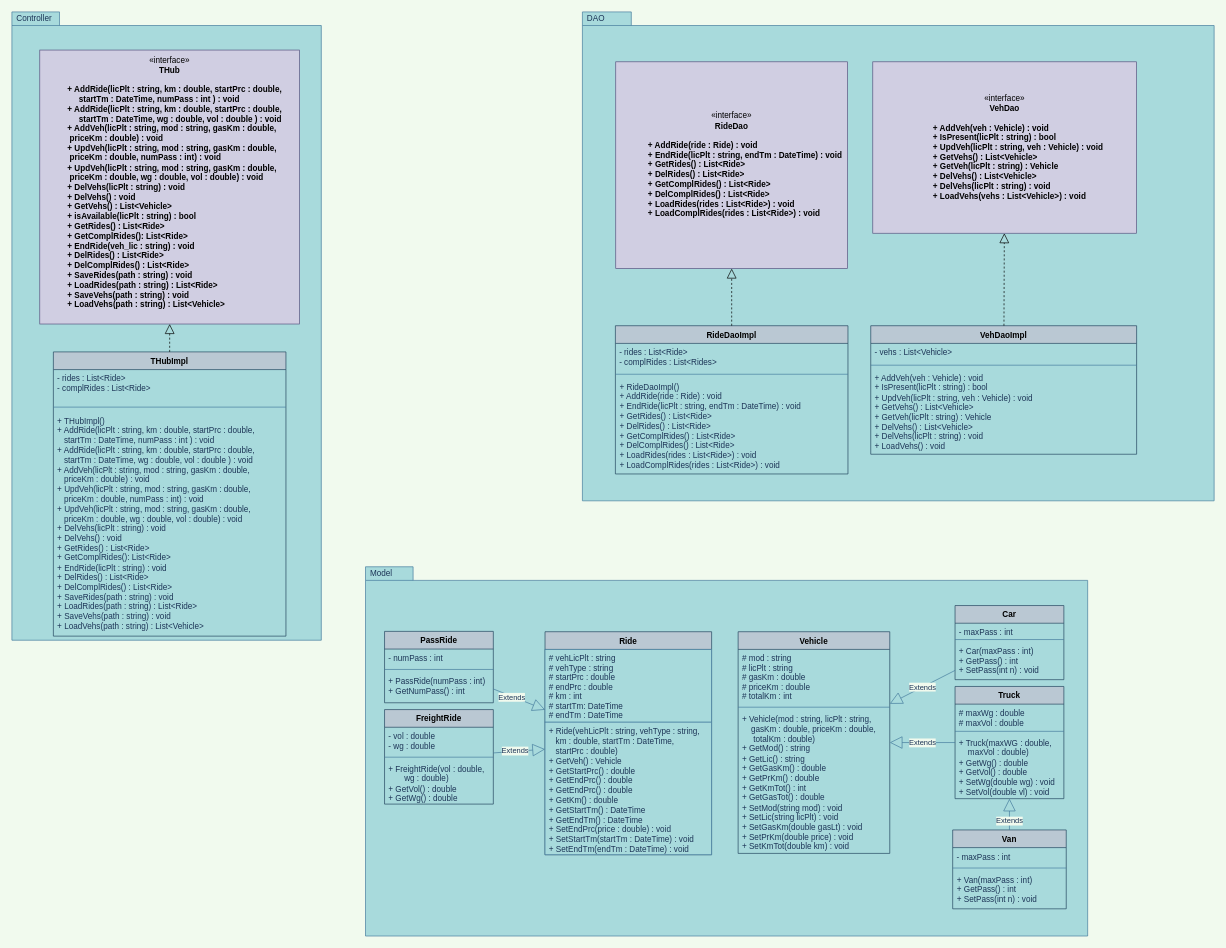
Above: UML_Diagram.drawio in fede-palazz/T_HUB (draw.io), before the change. Source tidied: cells renumbered, new cells numbered last; positions are measured from the earlier drawing's top-left corner, leaving out a move shared by most shapes. Both pictures are drawn from the tidied source at 68%, with x=0, y=0 at pixel (12, 12).
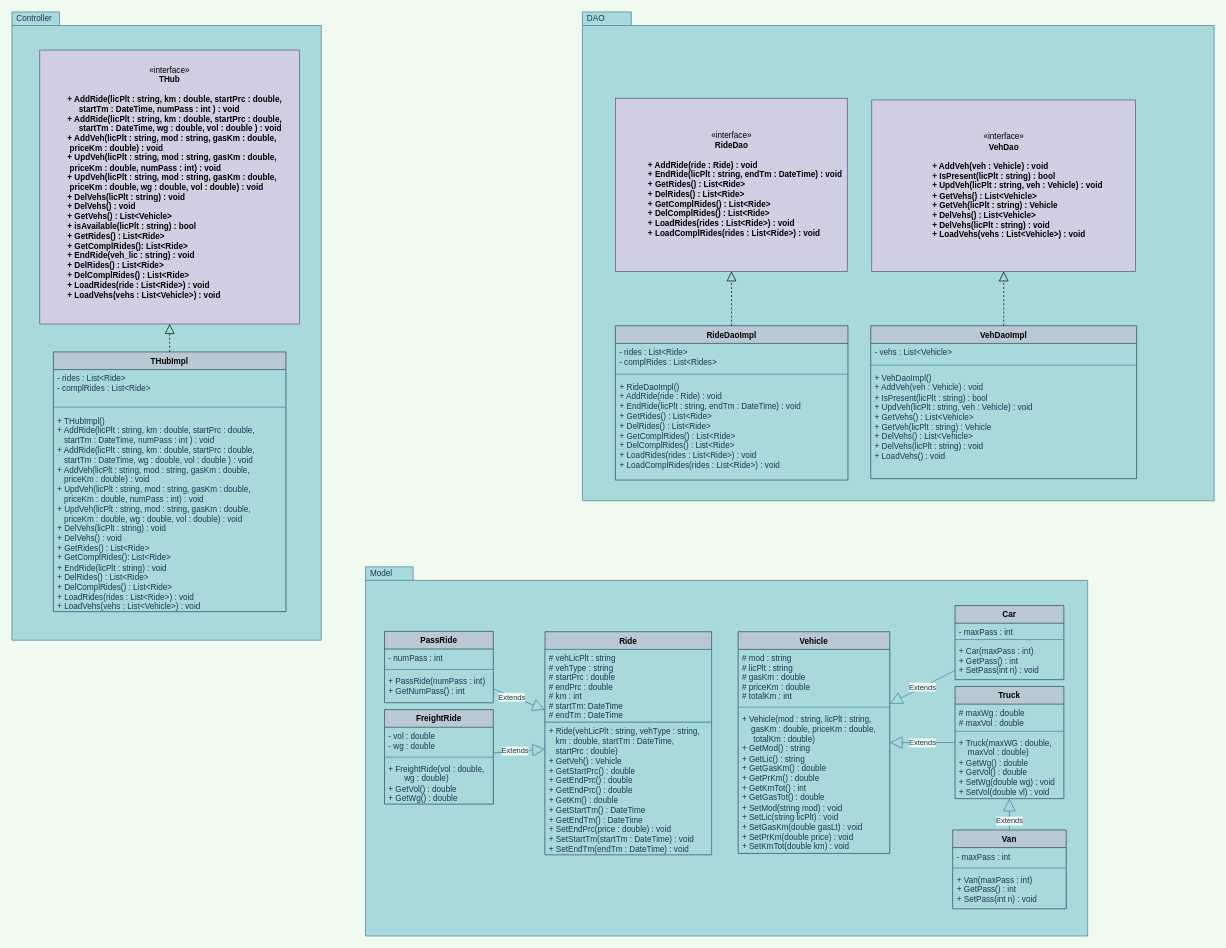
After the change.

The change refers to these unchanged cells:
```xml
<mxCell id="2" style="group;" parent="1" vertex="1">
  <mxGeometry x="839" width="929" height="759" as="geometry" />
</mxCell>
<mxCell id="51" style="group;" parent="1" vertex="1">
  <mxGeometry width="455" height="924" as="geometry" />
</mxCell>
```

Diff of the diagram source:
```diff
@@
     <mxCell id="4" value="«interface»&lt;br&gt;&lt;b&gt;RideDao&lt;/b&gt;&lt;br&gt;&lt;div&gt;&lt;b&gt;&lt;br&gt;&lt;/b&gt;&lt;/div&gt;&lt;blockquote style=&quot;margin: 0 0 0 40px ; border: none ; padding: 0px&quot;&gt;&lt;b&gt;&lt;div style=&quot;text-align: left&quot;&gt;&lt;b&gt;+ AddRide(ride : Ride) : void&lt;/b&gt;&lt;/div&gt;&lt;/b&gt;&lt;b&gt;&lt;div style=&quot;text-align: left&quot;&gt;&lt;b&gt;+ EndRide(licPlt : string, endTm : DateTime) : void&lt;/b&gt;&lt;/div&gt;&lt;/b&gt;&lt;b&gt;&lt;div style=&quot;text-align: left&quot;&gt;&lt;b&gt;+ GetRides() : List&amp;lt;Ride&amp;gt;&lt;/b&gt;&lt;/div&gt;&lt;div style=&quot;text-align: left&quot;&gt;&lt;b&gt;+ DelRides() : List&amp;lt;Ride&amp;gt;&lt;/b&gt;&lt;/div&gt;&lt;/b&gt;&lt;b&gt;&lt;div style=&quot;text-align: left&quot;&gt;&lt;b&gt;+ GetComplRides() : List&amp;lt;Ride&amp;gt;&lt;/b&gt;&lt;/div&gt;&lt;/b&gt;&lt;b&gt;&lt;div style=&quot;text-align: left&quot;&gt;&lt;b&gt;+ DelComplRides() : List&amp;lt;Ride&amp;gt;&lt;/b&gt;&lt;/div&gt;&lt;/b&gt;&lt;b&gt;&lt;div style=&quot;text-align: left&quot;&gt;&lt;b&gt;+ LoadRides(rides : List&amp;lt;Ride&amp;gt;) : void&lt;/b&gt;&lt;/div&gt;&lt;div style=&quot;text-align: left&quot;&gt;&lt;b&gt;+ LoadComplRides(rides : List&amp;lt;Ride&amp;gt;) : void&lt;/b&gt;&lt;/div&gt;&lt;/b&gt;&lt;/blockquote&gt;" style="html=1;fillColor=#d0cee2;strokeColor=#56517e;whiteSpace=wrap;align=center;" parent="2" vertex="1">
-      <mxGeometry x="49" y="73.4" width="341" height="304.1" as="geometry" />
+      <mxGeometry x="48.5" y="127" width="341" height="254.6" as="geometry" />
     </mxCell>
     <mxCell id="5" value="«interface»&lt;br&gt;&lt;b&gt;VehDao&lt;br&gt;&lt;br&gt;&lt;/b&gt;&lt;blockquote style=&quot;margin: 0 0 0 40px ; border: none ; padding: 0px&quot;&gt;&lt;b&gt;&lt;div style=&quot;text-align: left&quot;&gt;&lt;b&gt;+ AddVeh(veh : Vehicle) : void&lt;/b&gt;&lt;/div&gt;&lt;div style=&quot;text-align: left&quot;&gt;&lt;b&gt;+ IsPresent(licPlt : string) : bool&lt;/b&gt;&lt;/div&gt;&lt;/b&gt;&lt;b&gt;&lt;div style=&quot;text-align: left&quot;&gt;&lt;b&gt;+ UpdVeh(licPlt : string, veh : Vehicle) : void&lt;/b&gt;&lt;/div&gt;&lt;/b&gt;&lt;b&gt;&lt;div style=&quot;text-align: left&quot;&gt;&lt;b&gt;+ GetVehs() : List&amp;lt;Vehicle&amp;gt;&lt;/b&gt;&lt;/div&gt;&lt;div style=&quot;text-align: left&quot;&gt;&lt;b&gt;+ GetVeh(licPlt : string) : Vehicle&lt;/b&gt;&lt;/div&gt;&lt;div style=&quot;text-align: left&quot;&gt;&lt;b&gt;+ DelVehs() : List&amp;lt;Vehicle&amp;gt;&lt;/b&gt;&lt;/div&gt;&lt;div style=&quot;text-align: left&quot;&gt;&lt;b&gt;+ DelVehs(licPlt : string) : void&lt;/b&gt;&lt;/div&gt;&lt;/b&gt;&lt;b&gt;&lt;div style=&quot;text-align: left&quot;&gt;&lt;b&gt;+ LoadVehs(vehs : List&amp;lt;Vehicle&amp;gt;) : void&lt;/b&gt;&lt;/div&gt;&lt;/b&gt;&lt;/blockquote&gt;" style="html=1;fillColor=#d0cee2;strokeColor=#56517e;whiteSpace=wrap;" parent="2" vertex="1">
-      <mxGeometry x="427" y="73.4" width="388" height="252.1" as="geometry" />
+      <mxGeometry x="425.5" y="129.5" width="388" height="252.1" as="geometry" />
     </mxCell>
     <mxCell id="6" value="RideDaoImpl" style="swimlane;fontStyle=1;align=center;verticalAlign=top;horizontal=1;startSize=26;fillColor=#bac8d3;strokeColor=#23445d;" parent="2" vertex="1">
-      <mxGeometry x="48.5" y="461.5" width="342" height="218" as="geometry" />
+      <mxGeometry x="48.5" y="461.5" width="342" height="227" as="geometry" />
     </mxCell>
@@
     <mxCell id="9" value="+ RideDaoImpl()&#10;+ AddRide(ride : Ride) : void&#10;+ EndRide(licPlt : string, endTm : DateTime) : void&#10;+ GetRides() : List&lt;Ride&gt;&#10;+ DelRides() : List&lt;Ride&gt;&#10;+ GetComplRides() : List&lt;Ride&gt;&#10;+ DelComplRides() : List&lt;Ride&gt;&#10;+ LoadRides(rides : List&lt;Ride&gt;) : void&#10;+ LoadComplRides(rides : List&lt;Ride&gt;) : void" style="text;strokeColor=none;fillColor=none;align=left;verticalAlign=top;spacingLeft=4;spacingRight=4;overflow=hidden;fontColor=#1D3557;whiteSpace=wrap;" parent="6" vertex="1">
-      <mxGeometry y="76.7" width="342" height="141.3" as="geometry" />
+      <mxGeometry y="76.7" width="342" height="150.3" as="geometry" />
     </mxCell>
     <mxCell id="10" value="VehDaoImpl" style="swimlane;fontStyle=1;align=center;verticalAlign=top;horizontal=1;startSize=26;fillColor=#bac8d3;strokeColor=#23445d;" parent="2" vertex="1">
-      <mxGeometry x="424" y="461.5" width="391" height="189" as="geometry" />
+      <mxGeometry x="424" y="461.5" width="391" height="225" as="geometry" />
     </mxCell>
@@
-    <mxCell id="13" value="+ AddVeh(veh : Vehicle) : void&lt;br&gt;+ IsPresent(licPlt : string) : bool&lt;br&gt;+ UpdVeh(licPlt : string, veh : Vehicle) : void&lt;br&gt;+ GetVehs() : List&amp;lt;Vehicle&amp;gt;&lt;br&gt;+ GetVeh(licPlt : string) : Vehicle&lt;br&gt;+ DelVehs() : List&amp;lt;Vehicle&amp;gt;&lt;br&gt;+ DelVehs(licPlt : string) : void&lt;br&gt;+ LoadVehs() : void&amp;nbsp;" style="text;strokeColor=none;fillColor=none;align=left;verticalAlign=top;spacingLeft=4;spacingRight=4;overflow=hidden;fontColor=#1D3557;whiteSpace=wrap;html=1;" parent="10" vertex="1">
-      <mxGeometry y="63.3" width="391" height="125.7" as="geometry" />
+    <mxCell id="13" value="+ VehDaoImpl()&lt;br&gt;+ AddVeh(veh : Vehicle) : void&lt;br&gt;+ IsPresent(licPlt : string) : bool&lt;br&gt;+ UpdVeh(licPlt : string, veh : Vehicle) : void&lt;br&gt;+ GetVehs() : List&amp;lt;Vehicle&amp;gt;&lt;br&gt;+ GetVeh(licPlt : string) : Vehicle&lt;br&gt;+ DelVehs() : List&amp;lt;Vehicle&amp;gt;&lt;br&gt;+ DelVehs(licPlt : string) : void&lt;br&gt;+ LoadVehs() : void&amp;nbsp;" style="text;strokeColor=none;fillColor=none;align=left;verticalAlign=top;spacingLeft=4;spacingRight=4;overflow=hidden;fontColor=#1D3557;whiteSpace=wrap;html=1;" parent="10" vertex="1">
+      <mxGeometry y="63.3" width="391" height="161.7" as="geometry" />
     </mxCell>
@@
-    <mxCell id="53" value="«interface»&lt;br&gt;&lt;b&gt;THub&lt;/b&gt;&lt;br&gt;&lt;div&gt;&lt;b&gt;&lt;br&gt;&lt;/b&gt;&lt;/div&gt;&lt;blockquote style=&quot;margin: 0 0 0 40px ; border: none ; padding: 0px&quot;&gt;&lt;b&gt;&lt;div style=&quot;text-align: left&quot;&gt;&lt;b&gt;+ AddRide(licPlt : string, km : double, startPrc : double,&amp;nbsp; &amp;nbsp; &amp;nbsp; &amp;nbsp; &amp;nbsp; &amp;nbsp; &amp;nbsp;startTm : DateTime, numPass : int ) : void&lt;/b&gt;&lt;/div&gt;&lt;/b&gt;&lt;b&gt;&lt;div style=&quot;text-align: left&quot;&gt;&lt;b&gt;+ AddRide(licPlt : string, km : double, startPrc : double,&amp;nbsp; &amp;nbsp; &amp;nbsp; &amp;nbsp; &amp;nbsp; &amp;nbsp; &amp;nbsp;startTm : DateTime, wg : double, vol : double ) : void&lt;/b&gt;&lt;/div&gt;&lt;div style=&quot;text-align: left&quot;&gt;&lt;b&gt;+ AddVeh(licPlt : string, mod : string, gasKm : double,&amp;nbsp; &amp;nbsp; &amp;nbsp; &amp;nbsp; &amp;nbsp; &amp;nbsp;priceKm : double) : void&lt;/b&gt;&lt;/div&gt;&lt;div style=&quot;text-align: left&quot;&gt;&lt;b&gt;+ UpdVeh(licPlt : string, mod : string, gasKm : double,&amp;nbsp; &amp;nbsp; &amp;nbsp; &amp;nbsp; &amp;nbsp; &amp;nbsp;priceKm : double, numPass : int) : void&lt;/b&gt;&lt;/div&gt;&lt;div style=&quot;text-align: left&quot;&gt;&lt;b&gt;+ UpdVeh(licPlt : string, mod : string, gasKm : double,&amp;nbsp; &amp;nbsp; &amp;nbsp; &amp;nbsp; &amp;nbsp; &amp;nbsp;priceKm : double, wg : double, vol : double) : void&lt;/b&gt;&lt;b&gt;&lt;br&gt;&lt;/b&gt;&lt;/div&gt;&lt;div style=&quot;text-align: left&quot;&gt;&lt;b&gt;+ DelVehs(licPlt : string) : void&lt;/b&gt;&lt;/div&gt;&lt;div style=&quot;text-align: left&quot;&gt;&lt;b&gt;+ DelVehs() : void&lt;/b&gt;&lt;/div&gt;&lt;div style=&quot;text-align: left&quot;&gt;&lt;b&gt;+ GetVehs() : List&amp;lt;Vehicle&amp;gt;&lt;/b&gt;&lt;/div&gt;&lt;div style=&quot;text-align: left&quot;&gt;&lt;b&gt;+ isAvailable(licPlt : string) : bool&lt;/b&gt;&lt;/div&gt;&lt;div style=&quot;text-align: left&quot;&gt;&lt;b&gt;+ GetRides() : List&amp;lt;Ride&amp;gt;&lt;/b&gt;&lt;/div&gt;&lt;div style=&quot;text-align: left&quot;&gt;&lt;b&gt;+ GetComplRides(): List&amp;lt;Ride&amp;gt;&lt;/b&gt;&lt;/div&gt;&lt;div style=&quot;text-align: left&quot;&gt;&lt;b&gt;+ EndRide(veh_lic : string) : void&lt;/b&gt;&lt;/div&gt;&lt;div style=&quot;text-align: left&quot;&gt;&lt;b&gt;+ DelRides() : List&amp;lt;Ride&amp;gt;&lt;/b&gt;&lt;/div&gt;&lt;div style=&quot;text-align: left&quot;&gt;&lt;b&gt;+ DelComplRides() : List&amp;lt;Ride&amp;gt;&lt;/b&gt;&lt;/div&gt;&lt;div style=&quot;text-align: left&quot;&gt;&lt;b&gt;+ SaveRides(path : string) : void&lt;/b&gt;&lt;/div&gt;&lt;div style=&quot;text-align: left&quot;&gt;&lt;b&gt;+ LoadRides(path : string) : List&amp;lt;Ride&amp;gt;&lt;/b&gt;&lt;/div&gt;&lt;div style=&quot;text-align: left&quot;&gt;&lt;b&gt;+ SaveVehs(path : string) : void&lt;/b&gt;&lt;/div&gt;&lt;div style=&quot;text-align: left&quot;&gt;&lt;b&gt;+ LoadVehs(path : string) : List&amp;lt;Vehicle&amp;gt;&lt;/b&gt;&lt;/div&gt;&lt;/b&gt;&lt;/blockquote&gt;&lt;b&gt;&lt;div style=&quot;text-align: left&quot;&gt;&lt;br&gt;&lt;/div&gt;&lt;/b&gt;" style="html=1;fillColor=#d0cee2;strokeColor=#56517e;whiteSpace=wrap;align=center;" parent="51" vertex="1">
+    <mxCell id="53" value="«interface»&lt;br&gt;&lt;b&gt;THub&lt;/b&gt;&lt;br&gt;&lt;div&gt;&lt;b&gt;&lt;br&gt;&lt;/b&gt;&lt;/div&gt;&lt;blockquote style=&quot;margin: 0 0 0 40px ; border: none ; padding: 0px&quot;&gt;&lt;b&gt;&lt;div style=&quot;text-align: left&quot;&gt;&lt;b&gt;+ AddRide(licPlt : string, km : double, startPrc : double,&amp;nbsp; &amp;nbsp; &amp;nbsp; &amp;nbsp; &amp;nbsp; &amp;nbsp; &amp;nbsp;startTm : DateTime, numPass : int ) : void&lt;/b&gt;&lt;/div&gt;&lt;/b&gt;&lt;b&gt;&lt;div style=&quot;text-align: left&quot;&gt;&lt;b&gt;+ AddRide(licPlt : string, km : double, startPrc : double,&amp;nbsp; &amp;nbsp; &amp;nbsp; &amp;nbsp; &amp;nbsp; &amp;nbsp; &amp;nbsp;startTm : DateTime, wg : double, vol : double ) : void&lt;/b&gt;&lt;/div&gt;&lt;div style=&quot;text-align: left&quot;&gt;&lt;b&gt;+ AddVeh(licPlt : string, mod : string, gasKm : double,&amp;nbsp; &amp;nbsp; &amp;nbsp; &amp;nbsp; &amp;nbsp; &amp;nbsp;priceKm : double) : void&lt;/b&gt;&lt;/div&gt;&lt;div style=&quot;text-align: left&quot;&gt;&lt;b&gt;+ UpdVeh(licPlt : string, mod : string, gasKm : double,&amp;nbsp; &amp;nbsp; &amp;nbsp; &amp;nbsp; &amp;nbsp; &amp;nbsp;priceKm : double, numPass : int) : void&lt;/b&gt;&lt;/div&gt;&lt;div style=&quot;text-align: left&quot;&gt;&lt;b&gt;+ UpdVeh(licPlt : string, mod : string, gasKm : double,&amp;nbsp; &amp;nbsp; &amp;nbsp; &amp;nbsp; &amp;nbsp; &amp;nbsp;priceKm : double, wg : double, vol : double) : void&lt;/b&gt;&lt;b&gt;&lt;br&gt;&lt;/b&gt;&lt;/div&gt;&lt;div style=&quot;text-align: left&quot;&gt;&lt;b&gt;+ DelVehs(licPlt : string) : void&lt;/b&gt;&lt;/div&gt;&lt;div style=&quot;text-align: left&quot;&gt;&lt;b&gt;+ DelVehs() : void&lt;/b&gt;&lt;/div&gt;&lt;div style=&quot;text-align: left&quot;&gt;&lt;b&gt;+ GetVehs() : List&amp;lt;Vehicle&amp;gt;&lt;/b&gt;&lt;/div&gt;&lt;div style=&quot;text-align: left&quot;&gt;&lt;b&gt;+ isAvailable(licPlt : string) : bool&lt;/b&gt;&lt;/div&gt;&lt;div style=&quot;text-align: left&quot;&gt;&lt;b&gt;+ GetRides() : List&amp;lt;Ride&amp;gt;&lt;/b&gt;&lt;/div&gt;&lt;div style=&quot;text-align: left&quot;&gt;&lt;b&gt;+ GetComplRides(): List&amp;lt;Ride&amp;gt;&lt;/b&gt;&lt;/div&gt;&lt;div style=&quot;text-align: left&quot;&gt;&lt;b&gt;+ EndRide(veh_lic : string) : void&lt;/b&gt;&lt;/div&gt;&lt;div style=&quot;text-align: left&quot;&gt;&lt;b&gt;+ DelRides() : List&amp;lt;Ride&amp;gt;&lt;/b&gt;&lt;/div&gt;&lt;div style=&quot;text-align: left&quot;&gt;&lt;b&gt;+ DelComplRides() : List&amp;lt;Ride&amp;gt;&lt;/b&gt;&lt;/div&gt;&lt;div style=&quot;text-align: left&quot;&gt;&lt;b&gt;+ LoadRides(ride : List&amp;lt;Ride&amp;gt;) : void&lt;/b&gt;&lt;/div&gt;&lt;div style=&quot;text-align: left&quot;&gt;&lt;b&gt;+ LoadVehs(vehs : List&amp;lt;Vehicle&amp;gt;) : void&lt;/b&gt;&lt;/div&gt;&lt;/b&gt;&lt;/blockquote&gt;&lt;b&gt;&lt;div style=&quot;text-align: left&quot;&gt;&lt;br&gt;&lt;/div&gt;&lt;/b&gt;" style="html=1;fillColor=#d0cee2;strokeColor=#56517e;whiteSpace=wrap;align=center;" parent="51" vertex="1">
       <mxGeometry x="41" y="56.1" width="382" height="402.9" as="geometry" />
     </mxCell>
     <mxCell id="54" value="THubImpl" style="swimlane;fontStyle=1;align=center;verticalAlign=top;horizontal=1;startSize=26;fillColor=#bac8d3;strokeColor=#23445d;" parent="51" vertex="1">
-      <mxGeometry x="61" y="500" width="342" height="418" as="geometry" />
+      <mxGeometry x="61" y="500" width="342" height="382" as="geometry" />
     </mxCell>
@@
-    <mxCell id="57" value="+ THubImpl()&#10;+ AddRide(licPlt : string, km : double, startPrc : double,               startTm : DateTime, numPass : int ) : void&#10;+ AddRide(licPlt : string, km : double, startPrc : double,               startTm : DateTime, wg : double, vol : double ) : void&#10;+ AddVeh(licPlt : string, mod : string, gasKm : double,                 priceKm : double) : void&#10;+ UpdVeh(licPlt : string, mod : string, gasKm : double,                 priceKm : double, numPass : int) : void&#10;+ UpdVeh(licPlt : string, mod : string, gasKm : double,                 priceKm : double, wg : double, vol : double) : void&#10;+ DelVehs(licPlt : string) : void&#10;+ DelVehs() : void&#10;+ GetRides() : List&lt;Ride&gt;&#10;+ GetComplRides(): List&lt;Ride&gt;&#10;+ EndRide(licPlt : string) : void&#10;+ DelRides() : List&lt;Ride&gt;&#10;+ DelComplRides() : List&lt;Ride&gt;&#10;+ SaveRides(path : string) : void&#10;+ LoadRides(path : string) : List&lt;Ride&gt;&#10;+ SaveVehs(path : string) : void&#10;+ LoadVehs(path : string) : List&lt;Vehicle&gt;" style="text;strokeColor=none;fillColor=none;align=left;verticalAlign=top;spacingLeft=4;spacingRight=4;overflow=hidden;fontColor=#1D3557;whiteSpace=wrap;" parent="54" vertex="1">
-      <mxGeometry y="87.6" width="342" height="330.4" as="geometry" />
+    <mxCell id="57" value="+ THubImpl()&#10;+ AddRide(licPlt : string, km : double, startPrc : double,               startTm : DateTime, numPass : int ) : void&#10;+ AddRide(licPlt : string, km : double, startPrc : double,               startTm : DateTime, wg : double, vol : double ) : void&#10;+ AddVeh(licPlt : string, mod : string, gasKm : double,                 priceKm : double) : void&#10;+ UpdVeh(licPlt : string, mod : string, gasKm : double,                 priceKm : double, numPass : int) : void&#10;+ UpdVeh(licPlt : string, mod : string, gasKm : double,                 priceKm : double, wg : double, vol : double) : void&#10;+ DelVehs(licPlt : string) : void&#10;+ DelVehs() : void&#10;+ GetRides() : List&lt;Ride&gt;&#10;+ GetComplRides(): List&lt;Ride&gt;&#10;+ EndRide(licPlt : string) : void&#10;+ DelRides() : List&lt;Ride&gt;&#10;+ DelComplRides() : List&lt;Ride&gt;&#10;+ LoadRides(rides : List&lt;Ride&gt;) : void&#10;+ LoadVehs(vehs : List&lt;Vehicle&gt;) : void" style="text;strokeColor=none;fillColor=none;align=left;verticalAlign=top;spacingLeft=4;spacingRight=4;overflow=hidden;fontColor=#1D3557;whiteSpace=wrap;" parent="54" vertex="1">
+      <mxGeometry y="87.6" width="342" height="294.4" as="geometry" />
     </mxCell>
```
